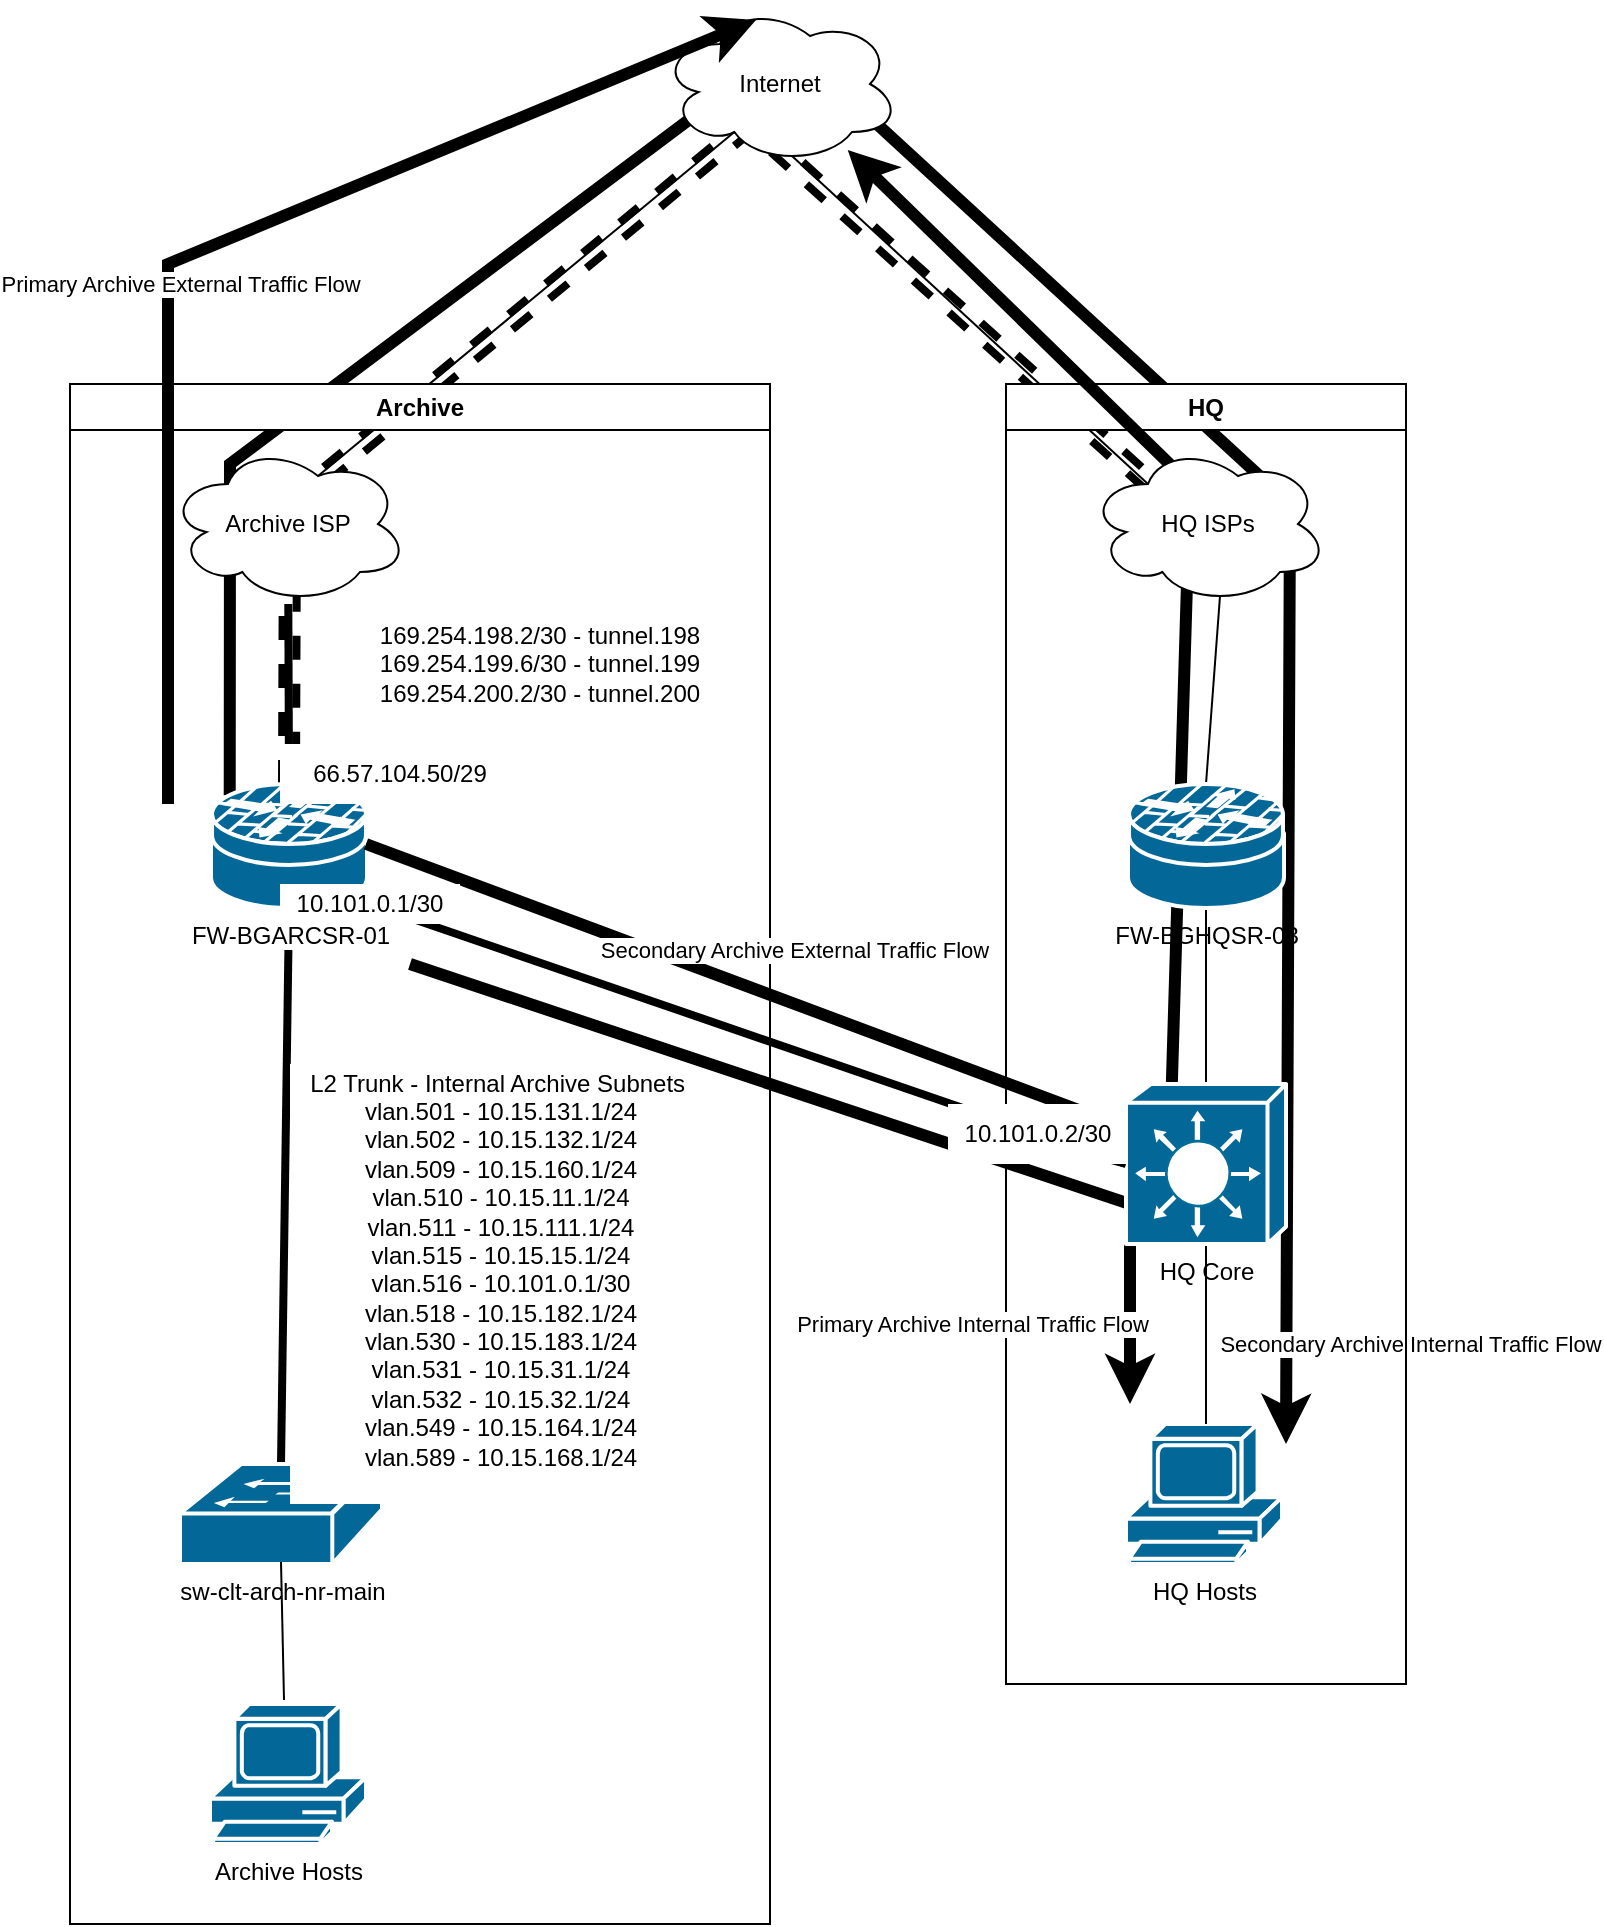
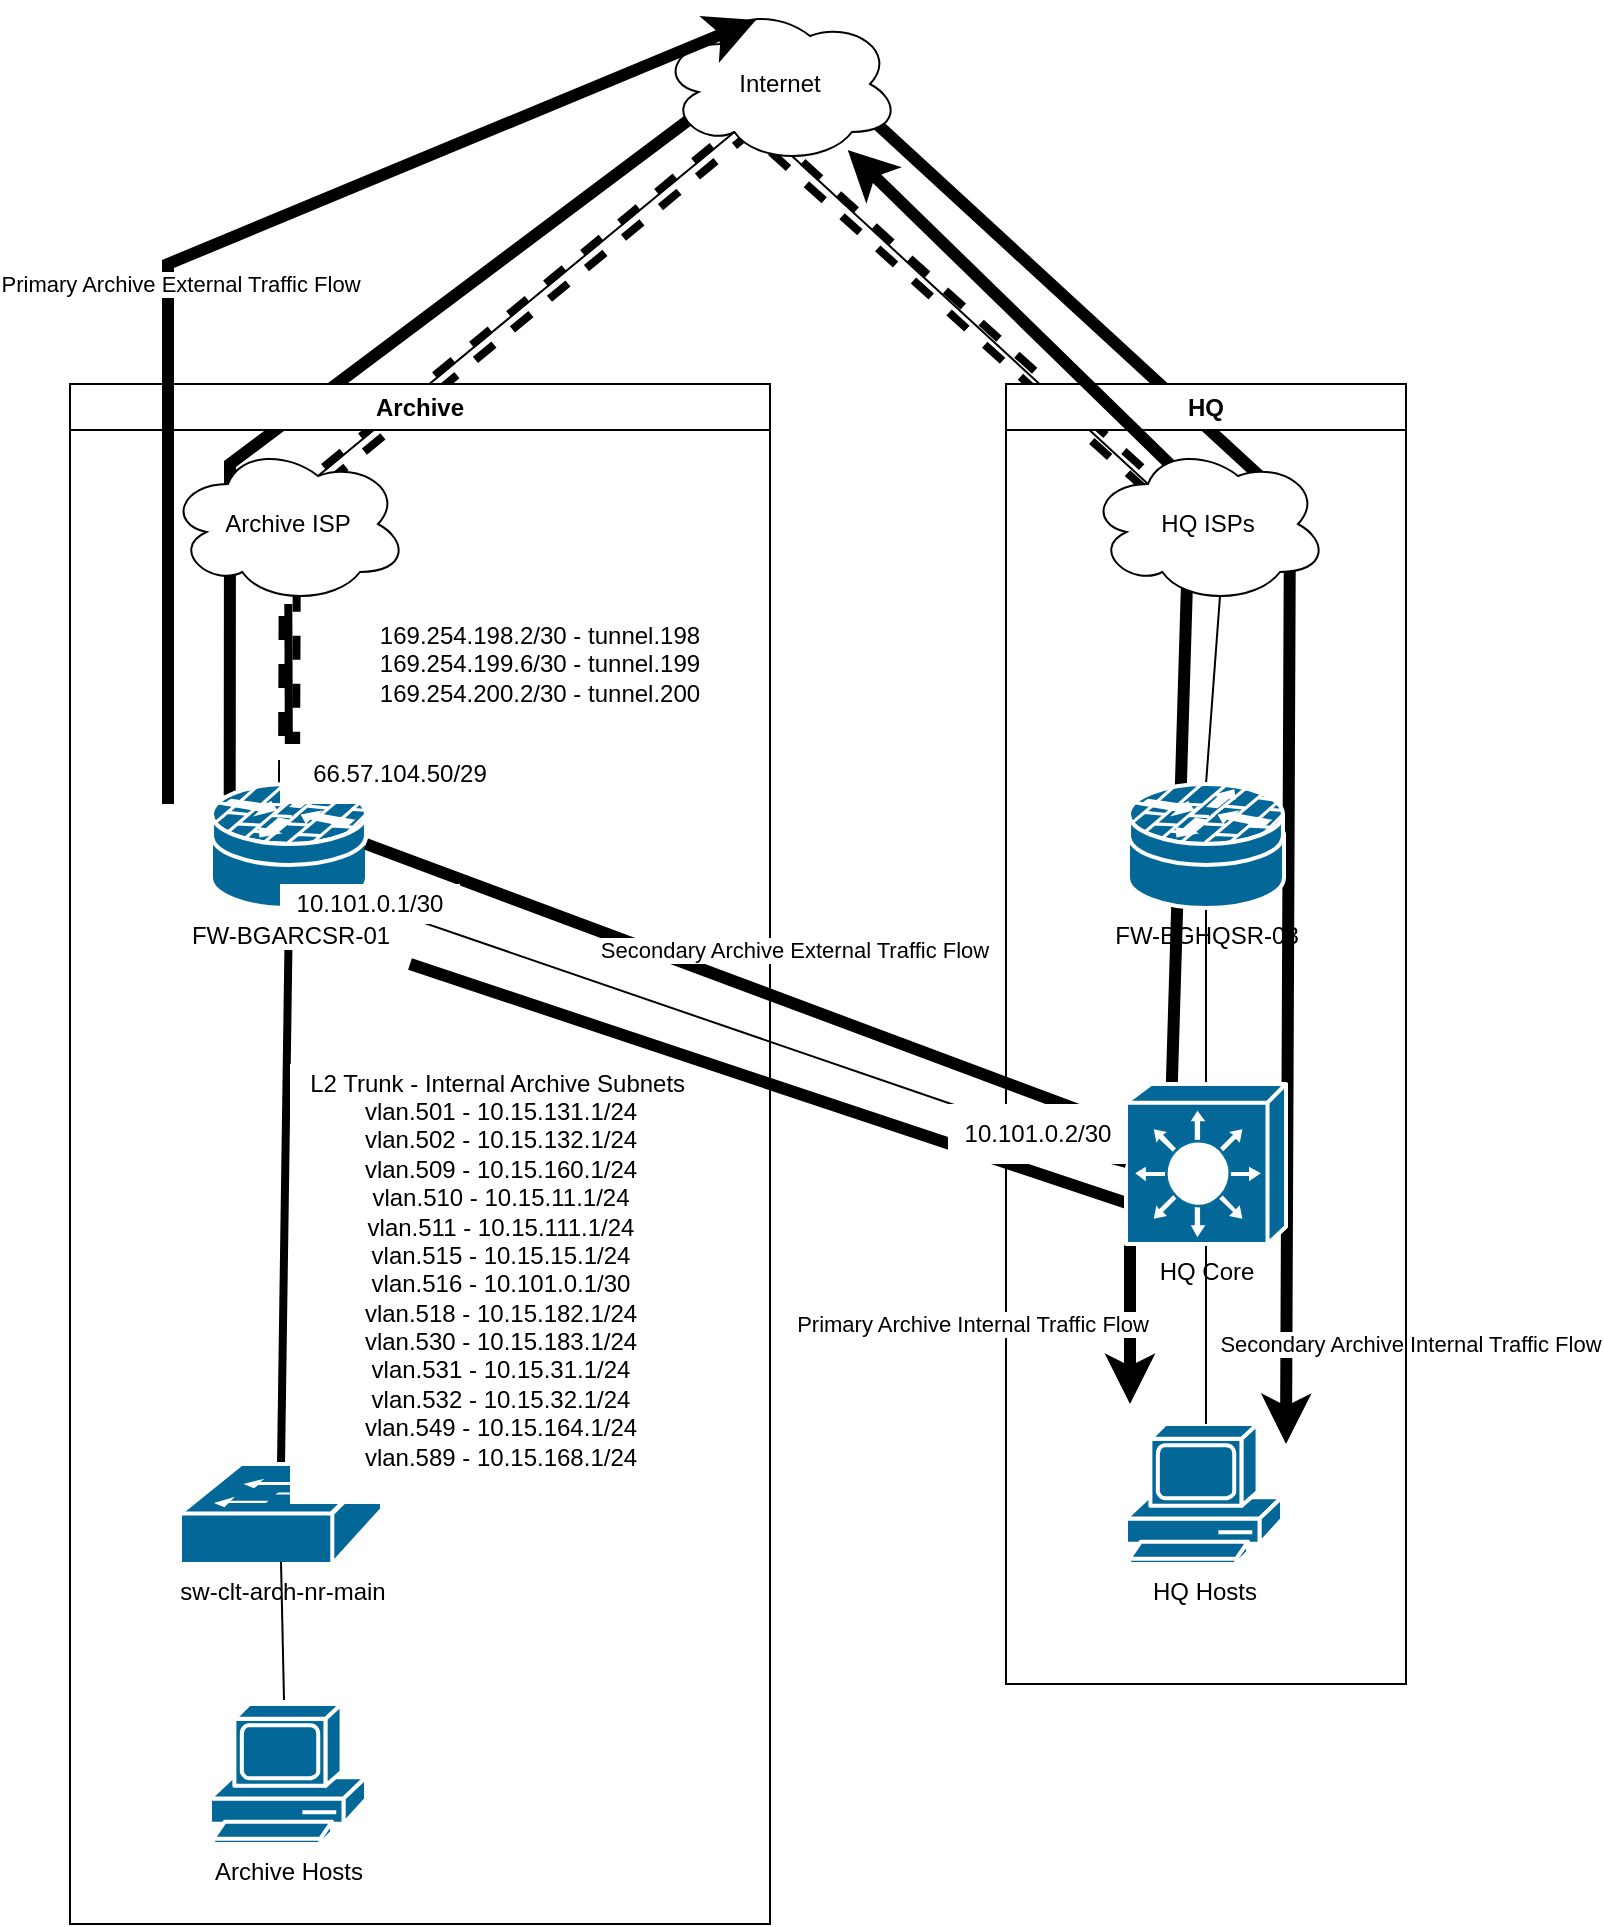
- <mxfile host="app.diagrams.net">
+ <mxfile host="app.diagrams.net" pages="2">
  <diagram name="As-is" id="3v8Hhh0iNj7eJBUqvCCh">
    <mxGraphModel dx="1556" dy="810" grid="1" gridSize="10" guides="1" tooltips="1" connect="1" arrows="1" fold="1" page="1" pageScale="1" pageWidth="850" pageHeight="1100" math="0" shadow="0">
      <root>
        <mxCell id="0" />
        <mxCell id="1" parent="0" />
        <mxCell id="VIvlA7C_3LFnily3UBdu-6" edge="1" parent="1" source="oA2cxR7Eq6LekVjzL2tZ-1" style="endArrow=classic;html=1;rounded=0;strokeColor=light-dark(#000000,#00FF00);strokeWidth=6;exitX=0.12;exitY=0.09;exitDx=0;exitDy=0;exitPerimeter=0;" value="">
          <mxGeometry height="50" relative="1" width="50" as="geometry">
            <Array as="points">
              <mxPoint x="150" y="280" />
              <mxPoint x="430" y="70" />
              <mxPoint x="680" y="300" />
            </Array>
            <mxPoint x="960" y="510" as="sourcePoint" />
            <mxPoint x="678" y="770" as="targetPoint" />
          </mxGeometry>
        </mxCell>
        <mxCell id="VIvlA7C_3LFnily3UBdu-10" connectable="0" parent="VIvlA7C_3LFnily3UBdu-6" style="edgeLabel;html=1;align=center;verticalAlign=middle;resizable=0;points=[];" value="Secondary Archive Internal Traffic Flow" vertex="1">
          <mxGeometry relative="1" x="0.4433" y="3" as="geometry">
            <mxPoint x="57" y="319" as="offset" />
          </mxGeometry>
        </mxCell>
        <mxCell id="VIvlA7C_3LFnily3UBdu-4" edge="1" parent="1" source="oA2cxR7Eq6LekVjzL2tZ-4" style="endArrow=none;html=1;rounded=0;entryX=0.55;entryY=0.95;entryDx=0;entryDy=0;entryPerimeter=0;exitX=0.25;exitY=0.25;exitDx=0;exitDy=0;exitPerimeter=0;" target="VIvlA7C_3LFnily3UBdu-2" value="">
          <mxGeometry height="50" relative="1" width="50" as="geometry">
            <mxPoint x="420" y="388.5" as="sourcePoint" />
            <mxPoint x="420" y="220.5" as="targetPoint" />
          </mxGeometry>
        </mxCell>
        <mxCell id="oA2cxR7Eq6LekVjzL2tZ-27" edge="1" parent="1" source="oA2cxR7Eq6LekVjzL2tZ-1" style="endArrow=none;html=1;rounded=0;exitX=0.5;exitY=0;exitDx=0;exitDy=0;exitPerimeter=0;strokeWidth=4;shape=link;strokeColor=light-dark(#000000,#FF0000);dashed=1;" value="">
          <mxGeometry height="50" relative="1" width="50" as="geometry">
            <Array as="points">
              <mxPoint x="180" y="300" />
              <mxPoint x="410" y="110" />
              <mxPoint x="610" y="290" />
            </Array>
            <mxPoint x="430" y="678.5" as="sourcePoint" />
            <mxPoint x="610" y="290" as="targetPoint" />
          </mxGeometry>
        </mxCell>
        <mxCell id="oA2cxR7Eq6LekVjzL2tZ-8" edge="1" parent="1" source="oA2cxR7Eq6LekVjzL2tZ-1" style="endArrow=none;html=1;rounded=0;exitX=0.5;exitY=0;exitDx=0;exitDy=0;exitPerimeter=0;strokeWidth=4;" target="oA2cxR7Eq6LekVjzL2tZ-5" value="">
          <mxGeometry height="50" relative="1" width="50" as="geometry">
            <mxPoint x="430" y="568.5" as="sourcePoint" />
            <mxPoint x="430" y="400.5" as="targetPoint" />
          </mxGeometry>
        </mxCell>
        <mxCell id="oA2cxR7Eq6LekVjzL2tZ-9" edge="1" parent="1" source="oA2cxR7Eq6LekVjzL2tZ-7" style="endArrow=none;html=1;rounded=0;entryX=0.5;entryY=1;entryDx=0;entryDy=0;entryPerimeter=0;exitX=0.5;exitY=0;exitDx=0;exitDy=0;exitPerimeter=0;strokeWidth=4;" target="oA2cxR7Eq6LekVjzL2tZ-1" value="">
          <mxGeometry height="50" relative="1" width="50" as="geometry">
            <mxPoint x="430" y="568.5" as="sourcePoint" />
            <mxPoint x="430" y="400.5" as="targetPoint" />
          </mxGeometry>
        </mxCell>
-         <mxCell id="oA2cxR7Eq6LekVjzL2tZ-13" edge="1" parent="1" source="oA2cxR7Eq6LekVjzL2tZ-3" style="endArrow=none;html=1;rounded=0;entryX=0.88;entryY=0.91;entryDx=0;entryDy=0;entryPerimeter=0;exitX=0;exitY=0.5;exitDx=0;exitDy=0;exitPerimeter=0;strokeWidth=4;" target="oA2cxR7Eq6LekVjzL2tZ-1" value="">
+         <mxCell id="oA2cxR7Eq6LekVjzL2tZ-13" edge="1" parent="1" source="oA2cxR7Eq6LekVjzL2tZ-3" style="endArrow=none;html=1;rounded=0;entryX=0.88;entryY=0.91;entryDx=0;entryDy=0;entryPerimeter=0;exitX=0;exitY=0.5;exitDx=0;exitDy=0;exitPerimeter=0;strokeWidth=1;" target="oA2cxR7Eq6LekVjzL2tZ-1" value="">
          <mxGeometry height="50" relative="1" width="50" as="geometry">
            <mxPoint x="430" y="668.5" as="sourcePoint" />
            <mxPoint x="430" y="500.5" as="targetPoint" />
          </mxGeometry>
        </mxCell>
        <mxCell id="oA2cxR7Eq6LekVjzL2tZ-15" parent="1" style="swimlane;whiteSpace=wrap;html=1;" value="HQ" vertex="1">
          <mxGeometry height="650" width="200" x="538" y="240" as="geometry" />
        </mxCell>
        <mxCell id="oA2cxR7Eq6LekVjzL2tZ-19" parent="oA2cxR7Eq6LekVjzL2tZ-15" style="shape=mxgraph.cisco.computers_and_peripherals.pc;html=1;pointerEvents=1;dashed=0;fillColor=#036897;strokeColor=#ffffff;strokeWidth=2;verticalLabelPosition=bottom;verticalAlign=top;align=center;outlineConnect=0;" value="HQ Hosts" vertex="1">
          <mxGeometry height="70" width="78" x="60" y="520" as="geometry" />
        </mxCell>
        <mxCell id="oA2cxR7Eq6LekVjzL2tZ-16" edge="1" parent="1" source="oA2cxR7Eq6LekVjzL2tZ-2" style="endArrow=none;html=1;rounded=0;entryX=0.55;entryY=0.95;entryDx=0;entryDy=0;entryPerimeter=0;exitX=0.5;exitY=0;exitDx=0;exitDy=0;exitPerimeter=0;" target="oA2cxR7Eq6LekVjzL2tZ-4" value="">
          <mxGeometry height="50" relative="1" width="50" as="geometry">
            <mxPoint x="430" y="478.5" as="sourcePoint" />
            <mxPoint x="430" y="310.5" as="targetPoint" />
          </mxGeometry>
        </mxCell>
        <mxCell id="oA2cxR7Eq6LekVjzL2tZ-17" edge="1" parent="1" source="oA2cxR7Eq6LekVjzL2tZ-3" style="endArrow=none;html=1;rounded=0;entryX=0.5;entryY=1;entryDx=0;entryDy=0;entryPerimeter=0;exitX=0.5;exitY=0;exitDx=0;exitDy=0;exitPerimeter=0;" target="oA2cxR7Eq6LekVjzL2tZ-2" value="">
          <mxGeometry height="50" relative="1" width="50" as="geometry">
            <mxPoint x="400" y="520" as="sourcePoint" />
            <mxPoint x="450" y="470" as="targetPoint" />
          </mxGeometry>
        </mxCell>
        <mxCell id="oA2cxR7Eq6LekVjzL2tZ-18" edge="1" parent="1" source="oA2cxR7Eq6LekVjzL2tZ-3" style="endArrow=none;html=1;rounded=0;exitX=0.5;exitY=1;exitDx=0;exitDy=0;exitPerimeter=0;" value="">
          <mxGeometry height="50" relative="1" width="50" as="geometry">
            <mxPoint x="430" y="678.5" as="sourcePoint" />
            <mxPoint x="638" y="760" as="targetPoint" />
          </mxGeometry>
        </mxCell>
        <mxCell id="oA2cxR7Eq6LekVjzL2tZ-1" parent="1" style="shape=mxgraph.cisco.security.router_firewall;sketch=0;html=1;pointerEvents=1;dashed=0;fillColor=#036897;strokeColor=#ffffff;strokeWidth=2;verticalLabelPosition=bottom;verticalAlign=top;align=center;outlineConnect=0;" value="&lt;span style=&quot;background-color: light-dark(#ffffff, var(--ge-dark-color, #121212));&quot;&gt;FW-BGARCSR-01&lt;/span&gt;" vertex="1">
          <mxGeometry height="62" width="78" x="140.50000000000006" y="440" as="geometry" />
        </mxCell>
        <mxCell id="VIvlA7C_3LFnily3UBdu-2" parent="1" style="ellipse;shape=cloud;whiteSpace=wrap;html=1;" value="Internet" vertex="1">
          <mxGeometry height="80" width="120" x="365" y="50" as="geometry" />
        </mxCell>
        <mxCell id="VIvlA7C_3LFnily3UBdu-3" edge="1" parent="1" source="oA2cxR7Eq6LekVjzL2tZ-5" style="endArrow=none;html=1;rounded=0;entryX=0.31;entryY=0.8;entryDx=0;entryDy=0;entryPerimeter=0;exitX=0.625;exitY=0.2;exitDx=0;exitDy=0;exitPerimeter=0;" target="VIvlA7C_3LFnily3UBdu-2" value="">
          <mxGeometry height="50" relative="1" width="50" as="geometry">
            <mxPoint x="400" y="330" as="sourcePoint" />
            <mxPoint x="450" y="280" as="targetPoint" />
          </mxGeometry>
        </mxCell>
        <mxCell id="oA2cxR7Eq6LekVjzL2tZ-5" parent="1" style="ellipse;shape=cloud;whiteSpace=wrap;html=1;" value="Archive ISP" vertex="1">
          <mxGeometry height="80" width="120" x="119" y="270" as="geometry" />
        </mxCell>
        <mxCell id="oA2cxR7Eq6LekVjzL2tZ-14" parent="1" style="swimlane;whiteSpace=wrap;html=1;labelBackgroundColor=default;" value="Archive" vertex="1">
          <mxGeometry height="770" width="350" x="70" y="240" as="geometry" />
        </mxCell>
        <mxCell id="oA2cxR7Eq6LekVjzL2tZ-22" edge="1" parent="oA2cxR7Eq6LekVjzL2tZ-14" style="endArrow=classic;html=1;rounded=0;strokeColor=light-dark(#000000,#FFFF00);strokeWidth=6;" target="VIvlA7C_3LFnily3UBdu-2" value="">
          <mxGeometry height="50" relative="1" width="50" as="geometry">
            <Array as="points">
              <mxPoint x="550" y="380" />
              <mxPoint x="560" y="50" />
            </Array>
            <mxPoint x="148" y="230" as="sourcePoint" />
            <mxPoint x="400" y="-100" as="targetPoint" />
          </mxGeometry>
        </mxCell>
        <mxCell id="oA2cxR7Eq6LekVjzL2tZ-23" connectable="0" parent="oA2cxR7Eq6LekVjzL2tZ-22" style="edgeLabel;html=1;align=center;verticalAlign=middle;resizable=0;points=[];" value="Secondary Archive External Traffic Flow" vertex="1">
          <mxGeometry relative="1" x="0.5333" y="-1" as="geometry">
            <mxPoint x="-194" y="238" as="offset" />
          </mxGeometry>
        </mxCell>
        <mxCell id="oA2cxR7Eq6LekVjzL2tZ-7" parent="oA2cxR7Eq6LekVjzL2tZ-14" style="shape=mxgraph.cisco.switches.workgroup_switch;sketch=0;html=1;pointerEvents=1;dashed=0;fillColor=#036897;strokeColor=#ffffff;strokeWidth=2;verticalLabelPosition=bottom;verticalAlign=top;align=center;outlineConnect=0;" value="sw-clt-arch-nr-main" vertex="1">
          <mxGeometry height="50" width="101" x="55.00000000000006" y="540" as="geometry" />
        </mxCell>
        <mxCell id="oA2cxR7Eq6LekVjzL2tZ-26" parent="oA2cxR7Eq6LekVjzL2tZ-14" style="text;html=1;whiteSpace=wrap;strokeColor=none;fillColor=default;align=center;verticalAlign=middle;rounded=0;" value="L2 Trunk - Internal Archive Subnets&amp;nbsp;&lt;div&gt;vlan.501 - 10.15.131.1/24&lt;/div&gt;&lt;div&gt;vlan.502 - 10.15.132.1/24&lt;/div&gt;&lt;div&gt;vlan.509 - 10.15.160.1/24&lt;/div&gt;&lt;div&gt;vlan.510 - 10.15.11.1/24&lt;/div&gt;&lt;div&gt;vlan.511 - 10.15.111.1/24&lt;/div&gt;&lt;div&gt;vlan.515 - 10.15.15.1/24&lt;/div&gt;&lt;div&gt;vlan.516 - 10.101.0.1/30&lt;/div&gt;&lt;div&gt;vlan.518 - 10.15.182.1/24&lt;/div&gt;&lt;div&gt;vlan.530 - 10.15.183.1/24&lt;/div&gt;&lt;div&gt;vlan.531 - 10.15.31.1/24&lt;/div&gt;&lt;div&gt;vlan.532 - 10.15.32.1/24&lt;/div&gt;&lt;div&gt;vlan.549 - 10.15.164.1/24&lt;/div&gt;&lt;div&gt;vlan.589 - 10.15.168.1/24&lt;/div&gt;&lt;div&gt;&lt;br&gt;&lt;/div&gt;" vertex="1">
          <mxGeometry height="220" width="211" x="110" y="340" as="geometry" />
        </mxCell>
        <mxCell id="oA2cxR7Eq6LekVjzL2tZ-29" parent="oA2cxR7Eq6LekVjzL2tZ-14" style="text;html=1;whiteSpace=wrap;strokeColor=none;fillColor=none;align=center;verticalAlign=middle;rounded=0;" value="169.254.198.2/30 - tunnel.198&lt;div&gt;169.254.199.6/30 - tunnel.199&lt;/div&gt;&lt;div&gt;169.254.200.2/30 - tunnel.200&lt;/div&gt;" vertex="1">
          <mxGeometry height="60" width="210" x="130" y="110" as="geometry" />
        </mxCell>
        <mxCell id="oA2cxR7Eq6LekVjzL2tZ-11" edge="1" parent="oA2cxR7Eq6LekVjzL2tZ-14" style="endArrow=none;html=1;rounded=0;exitX=0.4;exitY=0.1;exitDx=0;exitDy=0;exitPerimeter=0;entryX=0.5;entryY=0.98;entryDx=0;entryDy=0;entryPerimeter=0;" target="oA2cxR7Eq6LekVjzL2tZ-7" value="">
          <mxGeometry height="50" relative="1" width="50" as="geometry">
            <mxPoint x="107" y="658" as="sourcePoint" />
            <mxPoint x="380" y="460" as="targetPoint" />
          </mxGeometry>
        </mxCell>
        <mxCell id="oA2cxR7Eq6LekVjzL2tZ-12" parent="oA2cxR7Eq6LekVjzL2tZ-14" style="shape=mxgraph.cisco.computers_and_peripherals.pc;html=1;pointerEvents=1;dashed=0;fillColor=#036897;strokeColor=#ffffff;strokeWidth=2;verticalLabelPosition=bottom;verticalAlign=top;align=center;outlineConnect=0;" value="Archive Hosts&lt;div&gt;&lt;br&gt;&lt;/div&gt;" vertex="1">
          <mxGeometry height="70" width="78" x="70" y="660" as="geometry" />
        </mxCell>
        <mxCell id="oA2cxR7Eq6LekVjzL2tZ-38" edge="1" parent="oA2cxR7Eq6LekVjzL2tZ-14" style="endArrow=classic;html=1;rounded=0;strokeColor=light-dark(#000000,#66B2FF);strokeWidth=6;" value="">
          <mxGeometry height="50" relative="1" width="50" as="geometry">
            <Array as="points">
              <mxPoint x="530" y="410" />
            </Array>
            <mxPoint x="170" y="290" as="sourcePoint" />
            <mxPoint x="530" y="510" as="targetPoint" />
          </mxGeometry>
        </mxCell>
        <mxCell id="VIvlA7C_3LFnily3UBdu-7" connectable="0" parent="oA2cxR7Eq6LekVjzL2tZ-38" style="edgeLabel;html=1;align=center;verticalAlign=middle;resizable=0;points=[];" value="Primary Archive Internal Traffic Flow" vertex="1">
          <mxGeometry relative="1" x="-0.0388" as="geometry">
            <mxPoint x="62" y="107" as="offset" />
          </mxGeometry>
        </mxCell>
        <mxCell id="oA2cxR7Eq6LekVjzL2tZ-33" parent="oA2cxR7Eq6LekVjzL2tZ-14" style="text;html=1;whiteSpace=wrap;strokeColor=none;fillColor=default;align=center;verticalAlign=middle;rounded=0;" value="10.101.0.1/30" vertex="1">
          <mxGeometry height="20" width="90" x="105" y="250" as="geometry" />
        </mxCell>
        <mxCell id="oA2cxR7Eq6LekVjzL2tZ-32" parent="oA2cxR7Eq6LekVjzL2tZ-14" style="text;html=1;align=center;verticalAlign=middle;whiteSpace=wrap;rounded=0;labelBackgroundColor=default;fillColor=default;" value="66.57.104.50/29" vertex="1">
          <mxGeometry height="30" width="120" x="105" y="180" as="geometry" />
        </mxCell>
        <mxCell id="oA2cxR7Eq6LekVjzL2tZ-20" edge="1" parent="1" style="endArrow=classic;html=1;rounded=0;strokeColor=light-dark(#000000,#FF8000);strokeWidth=6;entryX=0.4;entryY=0.1;entryDx=0;entryDy=0;entryPerimeter=0;" target="VIvlA7C_3LFnily3UBdu-2" value="">
          <mxGeometry height="50" relative="1" width="50" as="geometry">
            <Array as="points">
              <mxPoint x="119" y="180" />
            </Array>
            <mxPoint x="119" y="450" as="sourcePoint" />
            <mxPoint x="119" y="110" as="targetPoint" />
          </mxGeometry>
        </mxCell>
        <mxCell id="oA2cxR7Eq6LekVjzL2tZ-21" connectable="0" parent="oA2cxR7Eq6LekVjzL2tZ-20" style="edgeLabel;html=1;align=center;verticalAlign=middle;resizable=0;points=[];" value="Primary Archive External Traffic Flow" vertex="1">
          <mxGeometry relative="1" x="0.5333" y="-1" as="geometry">
            <mxPoint x="-162" y="78" as="offset" />
          </mxGeometry>
        </mxCell>
        <mxCell id="oA2cxR7Eq6LekVjzL2tZ-4" parent="1" style="ellipse;shape=cloud;whiteSpace=wrap;html=1;" value="HQ ISPs" vertex="1">
          <mxGeometry height="80" width="120" x="579" y="270" as="geometry" />
        </mxCell>
        <mxCell id="oA2cxR7Eq6LekVjzL2tZ-2" parent="1" style="shape=mxgraph.cisco.security.router_firewall;sketch=0;html=1;pointerEvents=1;dashed=0;fillColor=#036897;strokeColor=#ffffff;strokeWidth=2;verticalLabelPosition=bottom;verticalAlign=top;align=center;outlineConnect=0;" value="FW-BGHQSR-03" vertex="1">
          <mxGeometry height="62" width="78" x="599" y="440" as="geometry" />
        </mxCell>
        <mxCell id="oA2cxR7Eq6LekVjzL2tZ-3" parent="1" style="shape=mxgraph.cisco.switches.layer_3_switch;sketch=0;html=1;pointerEvents=1;dashed=0;fillColor=#036897;strokeColor=#ffffff;strokeWidth=2;verticalLabelPosition=bottom;verticalAlign=top;align=center;outlineConnect=0;" value="HQ Core" vertex="1">
          <mxGeometry height="80" width="80" x="598" y="590" as="geometry" />
        </mxCell>
        <mxCell id="VIvlA7C_3LFnily3UBdu-13" edge="1" parent="1" source="oA2cxR7Eq6LekVjzL2tZ-3" style="endArrow=none;html=1;rounded=0;entryX=0.88;entryY=0.91;entryDx=0;entryDy=0;entryPerimeter=0;exitX=0;exitY=0.5;exitDx=0;exitDy=0;exitPerimeter=0;strokeWidth=4;" target="VIvlA7C_3LFnily3UBdu-11" value="">
          <mxGeometry height="50" relative="1" width="50" as="geometry">
            <mxPoint x="598" y="630" as="sourcePoint" />
            <mxPoint x="209" y="496" as="targetPoint" />
          </mxGeometry>
        </mxCell>
        <mxCell id="VIvlA7C_3LFnily3UBdu-11" parent="1" style="text;html=1;whiteSpace=wrap;strokeColor=none;fillColor=default;align=center;verticalAlign=middle;rounded=0;" value="10.101.0.2/30" vertex="1">
+           <mxGeometry height="30" width="90" x="509" y="600" as="geometry" />
+         </mxCell>
+       </root>
+     </mxGraphModel>
+   </diagram>
+   <diagram name="Delta" id="o77gnTMzp54v4T_xWGKQ">
+     <mxGraphModel dx="1867" dy="972" grid="1" gridSize="10" guides="1" tooltips="1" connect="1" arrows="1" fold="1" page="1" pageScale="1" pageWidth="850" pageHeight="1100" math="0" shadow="0">
+       <root>
+         <mxCell id="FG_twkiu52An8J0EIR9x-0" />
+         <mxCell id="FG_twkiu52An8J0EIR9x-1" parent="FG_twkiu52An8J0EIR9x-0" />
+         <mxCell id="FG_twkiu52An8J0EIR9x-2" edge="1" parent="FG_twkiu52An8J0EIR9x-1" source="FG_twkiu52An8J0EIR9x-14" style="endArrow=classic;html=1;rounded=0;strokeColor=light-dark(#000000,#00FF00);strokeWidth=6;exitX=0.12;exitY=0.09;exitDx=0;exitDy=0;exitPerimeter=0;" value="">
+           <mxGeometry height="50" relative="1" width="50" as="geometry">
+             <Array as="points">
+               <mxPoint x="150" y="280" />
+               <mxPoint x="430" y="70" />
+               <mxPoint x="680" y="300" />
+             </Array>
+             <mxPoint x="960" y="510" as="sourcePoint" />
+             <mxPoint x="678" y="770" as="targetPoint" />
+           </mxGeometry>
+         </mxCell>
+         <mxCell id="FG_twkiu52An8J0EIR9x-3" connectable="0" parent="FG_twkiu52An8J0EIR9x-2" style="edgeLabel;html=1;align=center;verticalAlign=middle;resizable=0;points=[];" value="Secondary Archive Internal Traffic Flow" vertex="1">
+           <mxGeometry relative="1" x="0.4433" y="3" as="geometry">
+             <mxPoint x="57" y="319" as="offset" />
+           </mxGeometry>
+         </mxCell>
+         <mxCell id="FG_twkiu52An8J0EIR9x-4" edge="1" parent="FG_twkiu52An8J0EIR9x-1" source="FG_twkiu52An8J0EIR9x-32" style="endArrow=none;html=1;rounded=0;entryX=0.55;entryY=0.95;entryDx=0;entryDy=0;entryPerimeter=0;exitX=0.25;exitY=0.25;exitDx=0;exitDy=0;exitPerimeter=0;" target="FG_twkiu52An8J0EIR9x-15" value="">
+           <mxGeometry height="50" relative="1" width="50" as="geometry">
+             <mxPoint x="420" y="388.5" as="sourcePoint" />
+             <mxPoint x="420" y="220.5" as="targetPoint" />
+           </mxGeometry>
+         </mxCell>
+         <mxCell id="FG_twkiu52An8J0EIR9x-5" edge="1" parent="FG_twkiu52An8J0EIR9x-1" source="FG_twkiu52An8J0EIR9x-14" style="endArrow=none;html=1;rounded=0;exitX=0.5;exitY=0;exitDx=0;exitDy=0;exitPerimeter=0;strokeWidth=4;shape=link;strokeColor=light-dark(#000000,#FF0000);dashed=1;" value="">
+           <mxGeometry height="50" relative="1" width="50" as="geometry">
+             <Array as="points">
+               <mxPoint x="180" y="300" />
+               <mxPoint x="410" y="110" />
+               <mxPoint x="610" y="290" />
+             </Array>
+             <mxPoint x="430" y="678.5" as="sourcePoint" />
+             <mxPoint x="610" y="290" as="targetPoint" />
+           </mxGeometry>
+         </mxCell>
+         <mxCell id="FG_twkiu52An8J0EIR9x-6" edge="1" parent="FG_twkiu52An8J0EIR9x-1" source="FG_twkiu52An8J0EIR9x-14" style="endArrow=none;html=1;rounded=0;exitX=0.5;exitY=0;exitDx=0;exitDy=0;exitPerimeter=0;strokeWidth=4;" target="FG_twkiu52An8J0EIR9x-17" value="">
+           <mxGeometry height="50" relative="1" width="50" as="geometry">
+             <mxPoint x="430" y="568.5" as="sourcePoint" />
+             <mxPoint x="430" y="400.5" as="targetPoint" />
+           </mxGeometry>
+         </mxCell>
+         <mxCell id="FG_twkiu52An8J0EIR9x-7" edge="1" parent="FG_twkiu52An8J0EIR9x-1" source="FG_twkiu52An8J0EIR9x-21" style="endArrow=none;html=1;rounded=0;entryX=0.5;entryY=1;entryDx=0;entryDy=0;entryPerimeter=0;exitX=0.5;exitY=0;exitDx=0;exitDy=0;exitPerimeter=0;strokeWidth=4;" target="FG_twkiu52An8J0EIR9x-14" value="">
+           <mxGeometry height="50" relative="1" width="50" as="geometry">
+             <mxPoint x="430" y="568.5" as="sourcePoint" />
+             <mxPoint x="430" y="400.5" as="targetPoint" />
+           </mxGeometry>
+         </mxCell>
+         <mxCell id="FG_twkiu52An8J0EIR9x-8" edge="1" parent="FG_twkiu52An8J0EIR9x-1" source="FG_twkiu52An8J0EIR9x-34" style="endArrow=none;html=1;rounded=0;entryX=0.88;entryY=0.91;entryDx=0;entryDy=0;entryPerimeter=0;exitX=0;exitY=0.5;exitDx=0;exitDy=0;exitPerimeter=0;strokeWidth=1;" target="FG_twkiu52An8J0EIR9x-14" value="">
+           <mxGeometry height="50" relative="1" width="50" as="geometry">
+             <mxPoint x="430" y="668.5" as="sourcePoint" />
+             <mxPoint x="430" y="500.5" as="targetPoint" />
+           </mxGeometry>
+         </mxCell>
+         <mxCell id="FG_twkiu52An8J0EIR9x-9" parent="FG_twkiu52An8J0EIR9x-1" style="swimlane;whiteSpace=wrap;html=1;" value="HQ" vertex="1">
+           <mxGeometry height="650" width="200" x="538" y="240" as="geometry" />
+         </mxCell>
+         <mxCell id="FG_twkiu52An8J0EIR9x-10" parent="FG_twkiu52An8J0EIR9x-9" style="shape=mxgraph.cisco.computers_and_peripherals.pc;html=1;pointerEvents=1;dashed=0;fillColor=#036897;strokeColor=#ffffff;strokeWidth=2;verticalLabelPosition=bottom;verticalAlign=top;align=center;outlineConnect=0;" value="HQ Hosts" vertex="1">
+           <mxGeometry height="70" width="78" x="60" y="520" as="geometry" />
+         </mxCell>
+         <mxCell id="FG_twkiu52An8J0EIR9x-11" edge="1" parent="FG_twkiu52An8J0EIR9x-1" source="FG_twkiu52An8J0EIR9x-33" style="endArrow=none;html=1;rounded=0;entryX=0.55;entryY=0.95;entryDx=0;entryDy=0;entryPerimeter=0;exitX=0.5;exitY=0;exitDx=0;exitDy=0;exitPerimeter=0;" target="FG_twkiu52An8J0EIR9x-32" value="">
+           <mxGeometry height="50" relative="1" width="50" as="geometry">
+             <mxPoint x="430" y="478.5" as="sourcePoint" />
+             <mxPoint x="430" y="310.5" as="targetPoint" />
+           </mxGeometry>
+         </mxCell>
+         <mxCell id="FG_twkiu52An8J0EIR9x-12" edge="1" parent="FG_twkiu52An8J0EIR9x-1" source="FG_twkiu52An8J0EIR9x-34" style="endArrow=none;html=1;rounded=0;entryX=0.5;entryY=1;entryDx=0;entryDy=0;entryPerimeter=0;exitX=0.5;exitY=0;exitDx=0;exitDy=0;exitPerimeter=0;" target="FG_twkiu52An8J0EIR9x-33" value="">
+           <mxGeometry height="50" relative="1" width="50" as="geometry">
+             <mxPoint x="400" y="520" as="sourcePoint" />
+             <mxPoint x="450" y="470" as="targetPoint" />
+           </mxGeometry>
+         </mxCell>
+         <mxCell id="FG_twkiu52An8J0EIR9x-13" edge="1" parent="FG_twkiu52An8J0EIR9x-1" source="FG_twkiu52An8J0EIR9x-34" style="endArrow=none;html=1;rounded=0;exitX=0.5;exitY=1;exitDx=0;exitDy=0;exitPerimeter=0;" value="">
+           <mxGeometry height="50" relative="1" width="50" as="geometry">
+             <mxPoint x="430" y="678.5" as="sourcePoint" />
+             <mxPoint x="638" y="760" as="targetPoint" />
+           </mxGeometry>
+         </mxCell>
+         <mxCell id="FG_twkiu52An8J0EIR9x-14" parent="FG_twkiu52An8J0EIR9x-1" style="shape=mxgraph.cisco.security.router_firewall;sketch=0;html=1;pointerEvents=1;dashed=0;fillColor=#036897;strokeColor=#ffffff;strokeWidth=2;verticalLabelPosition=bottom;verticalAlign=top;align=center;outlineConnect=0;" value="&lt;span style=&quot;background-color: light-dark(#ffffff, var(--ge-dark-color, #121212));&quot;&gt;FW-BGARCSR-01&lt;/span&gt;" vertex="1">
+           <mxGeometry height="62" width="78" x="140.50000000000006" y="440" as="geometry" />
+         </mxCell>
+         <mxCell id="FG_twkiu52An8J0EIR9x-15" parent="FG_twkiu52An8J0EIR9x-1" style="ellipse;shape=cloud;whiteSpace=wrap;html=1;" value="Internet" vertex="1">
+           <mxGeometry height="80" width="120" x="365" y="50" as="geometry" />
+         </mxCell>
+         <mxCell id="FG_twkiu52An8J0EIR9x-16" edge="1" parent="FG_twkiu52An8J0EIR9x-1" source="FG_twkiu52An8J0EIR9x-17" style="endArrow=none;html=1;rounded=0;entryX=0.31;entryY=0.8;entryDx=0;entryDy=0;entryPerimeter=0;exitX=0.625;exitY=0.2;exitDx=0;exitDy=0;exitPerimeter=0;" target="FG_twkiu52An8J0EIR9x-15" value="">
+           <mxGeometry height="50" relative="1" width="50" as="geometry">
+             <mxPoint x="400" y="330" as="sourcePoint" />
+             <mxPoint x="450" y="280" as="targetPoint" />
+           </mxGeometry>
+         </mxCell>
+         <mxCell id="FG_twkiu52An8J0EIR9x-17" parent="FG_twkiu52An8J0EIR9x-1" style="ellipse;shape=cloud;whiteSpace=wrap;html=1;" value="Archive ISP" vertex="1">
+           <mxGeometry height="80" width="120" x="119" y="270" as="geometry" />
+         </mxCell>
+         <mxCell id="FG_twkiu52An8J0EIR9x-18" parent="FG_twkiu52An8J0EIR9x-1" style="swimlane;whiteSpace=wrap;html=1;labelBackgroundColor=default;" value="Archive" vertex="1">
+           <mxGeometry height="770" width="350" x="70" y="240" as="geometry" />
+         </mxCell>
+         <mxCell id="FG_twkiu52An8J0EIR9x-19" edge="1" parent="FG_twkiu52An8J0EIR9x-18" style="endArrow=classic;html=1;rounded=0;strokeColor=light-dark(#000000,#FFFF00);strokeWidth=6;" target="FG_twkiu52An8J0EIR9x-15" value="">
+           <mxGeometry height="50" relative="1" width="50" as="geometry">
+             <Array as="points">
+               <mxPoint x="550" y="380" />
+               <mxPoint x="560" y="50" />
+             </Array>
+             <mxPoint x="148" y="230" as="sourcePoint" />
+             <mxPoint x="400" y="-100" as="targetPoint" />
+           </mxGeometry>
+         </mxCell>
+         <mxCell id="FG_twkiu52An8J0EIR9x-20" connectable="0" parent="FG_twkiu52An8J0EIR9x-19" style="edgeLabel;html=1;align=center;verticalAlign=middle;resizable=0;points=[];" value="Secondary Archive External Traffic Flow" vertex="1">
+           <mxGeometry relative="1" x="0.5333" y="-1" as="geometry">
+             <mxPoint x="-194" y="238" as="offset" />
+           </mxGeometry>
+         </mxCell>
+         <mxCell id="FG_twkiu52An8J0EIR9x-21" parent="FG_twkiu52An8J0EIR9x-18" style="shape=mxgraph.cisco.switches.workgroup_switch;sketch=0;html=1;pointerEvents=1;dashed=0;fillColor=#036897;strokeColor=#ffffff;strokeWidth=2;verticalLabelPosition=bottom;verticalAlign=top;align=center;outlineConnect=0;" value="sw-clt-arch-nr-main" vertex="1">
+           <mxGeometry height="50" width="101" x="55.00000000000006" y="540" as="geometry" />
+         </mxCell>
+         <mxCell id="FG_twkiu52An8J0EIR9x-22" parent="FG_twkiu52An8J0EIR9x-18" style="text;html=1;whiteSpace=wrap;strokeColor=none;fillColor=default;align=center;verticalAlign=middle;rounded=0;" value="L2 Trunk - Internal Archive Subnets&amp;nbsp;&lt;div&gt;vlan.501 - 10.15.131.1/24&lt;/div&gt;&lt;div&gt;vlan.502 - 10.15.132.1/24&lt;/div&gt;&lt;div&gt;vlan.509 - 10.15.160.1/24&lt;/div&gt;&lt;div&gt;vlan.510 - 10.15.11.1/24&lt;/div&gt;&lt;div&gt;vlan.511 - 10.15.111.1/24&lt;/div&gt;&lt;div&gt;vlan.515 - 10.15.15.1/24&lt;/div&gt;&lt;div&gt;vlan.516 - 10.101.0.1/30&lt;/div&gt;&lt;div&gt;vlan.518 - 10.15.182.1/24&lt;/div&gt;&lt;div&gt;vlan.530 - 10.15.183.1/24&lt;/div&gt;&lt;div&gt;vlan.531 - 10.15.31.1/24&lt;/div&gt;&lt;div&gt;vlan.532 - 10.15.32.1/24&lt;/div&gt;&lt;div&gt;vlan.549 - 10.15.164.1/24&lt;/div&gt;&lt;div&gt;vlan.589 - 10.15.168.1/24&lt;/div&gt;&lt;div&gt;&lt;br&gt;&lt;/div&gt;" vertex="1">
+           <mxGeometry height="220" width="211" x="110" y="340" as="geometry" />
+         </mxCell>
+         <mxCell id="FG_twkiu52An8J0EIR9x-23" parent="FG_twkiu52An8J0EIR9x-18" style="text;html=1;whiteSpace=wrap;strokeColor=none;fillColor=none;align=center;verticalAlign=middle;rounded=0;" value="169.254.198.2/30 - tunnel.198&lt;div&gt;169.254.199.6/30 - tunnel.199&lt;/div&gt;&lt;div&gt;169.254.200.2/30 - tunnel.200&lt;/div&gt;" vertex="1">
+           <mxGeometry height="60" width="210" x="130" y="110" as="geometry" />
+         </mxCell>
+         <mxCell id="FG_twkiu52An8J0EIR9x-24" edge="1" parent="FG_twkiu52An8J0EIR9x-18" style="endArrow=none;html=1;rounded=0;exitX=0.4;exitY=0.1;exitDx=0;exitDy=0;exitPerimeter=0;entryX=0.5;entryY=0.98;entryDx=0;entryDy=0;entryPerimeter=0;" target="FG_twkiu52An8J0EIR9x-21" value="">
+           <mxGeometry height="50" relative="1" width="50" as="geometry">
+             <mxPoint x="107" y="658" as="sourcePoint" />
+             <mxPoint x="380" y="460" as="targetPoint" />
+           </mxGeometry>
+         </mxCell>
+         <mxCell id="FG_twkiu52An8J0EIR9x-25" parent="FG_twkiu52An8J0EIR9x-18" style="shape=mxgraph.cisco.computers_and_peripherals.pc;html=1;pointerEvents=1;dashed=0;fillColor=#036897;strokeColor=#ffffff;strokeWidth=2;verticalLabelPosition=bottom;verticalAlign=top;align=center;outlineConnect=0;" value="Archive Hosts&lt;div&gt;&lt;br&gt;&lt;/div&gt;" vertex="1">
+           <mxGeometry height="70" width="78" x="70" y="660" as="geometry" />
+         </mxCell>
+         <mxCell id="FG_twkiu52An8J0EIR9x-26" edge="1" parent="FG_twkiu52An8J0EIR9x-18" style="endArrow=classic;html=1;rounded=0;strokeColor=light-dark(#000000,#66B2FF);strokeWidth=6;" value="">
+           <mxGeometry height="50" relative="1" width="50" as="geometry">
+             <Array as="points">
+               <mxPoint x="530" y="410" />
+             </Array>
+             <mxPoint x="170" y="290" as="sourcePoint" />
+             <mxPoint x="530" y="510" as="targetPoint" />
+           </mxGeometry>
+         </mxCell>
+         <mxCell id="FG_twkiu52An8J0EIR9x-27" connectable="0" parent="FG_twkiu52An8J0EIR9x-26" style="edgeLabel;html=1;align=center;verticalAlign=middle;resizable=0;points=[];" value="Primary Archive Internal Traffic Flow" vertex="1">
+           <mxGeometry relative="1" x="-0.0388" as="geometry">
+             <mxPoint x="62" y="107" as="offset" />
+           </mxGeometry>
+         </mxCell>
+         <mxCell id="FG_twkiu52An8J0EIR9x-28" parent="FG_twkiu52An8J0EIR9x-18" style="text;html=1;whiteSpace=wrap;strokeColor=none;fillColor=default;align=center;verticalAlign=middle;rounded=0;" value="10.101.0.1/30" vertex="1">
+           <mxGeometry height="20" width="90" x="105" y="250" as="geometry" />
+         </mxCell>
+         <mxCell id="FG_twkiu52An8J0EIR9x-29" parent="FG_twkiu52An8J0EIR9x-18" style="text;html=1;align=center;verticalAlign=middle;whiteSpace=wrap;rounded=0;labelBackgroundColor=default;fillColor=default;" value="66.57.104.50/29" vertex="1">
+           <mxGeometry height="30" width="120" x="105" y="180" as="geometry" />
+         </mxCell>
+         <mxCell id="FG_twkiu52An8J0EIR9x-30" edge="1" parent="FG_twkiu52An8J0EIR9x-1" style="endArrow=classic;html=1;rounded=0;strokeColor=light-dark(#000000,#FF8000);strokeWidth=6;entryX=0.4;entryY=0.1;entryDx=0;entryDy=0;entryPerimeter=0;" target="FG_twkiu52An8J0EIR9x-15" value="">
+           <mxGeometry height="50" relative="1" width="50" as="geometry">
+             <Array as="points">
+               <mxPoint x="119" y="180" />
+             </Array>
+             <mxPoint x="119" y="450" as="sourcePoint" />
+             <mxPoint x="119" y="110" as="targetPoint" />
+           </mxGeometry>
+         </mxCell>
+         <mxCell id="FG_twkiu52An8J0EIR9x-31" connectable="0" parent="FG_twkiu52An8J0EIR9x-30" style="edgeLabel;html=1;align=center;verticalAlign=middle;resizable=0;points=[];" value="Primary Archive External Traffic Flow" vertex="1">
+           <mxGeometry relative="1" x="0.5333" y="-1" as="geometry">
+             <mxPoint x="-162" y="78" as="offset" />
+           </mxGeometry>
+         </mxCell>
+         <mxCell id="FG_twkiu52An8J0EIR9x-32" parent="FG_twkiu52An8J0EIR9x-1" style="ellipse;shape=cloud;whiteSpace=wrap;html=1;" value="HQ ISPs" vertex="1">
+           <mxGeometry height="80" width="120" x="579" y="270" as="geometry" />
+         </mxCell>
+         <mxCell id="FG_twkiu52An8J0EIR9x-33" parent="FG_twkiu52An8J0EIR9x-1" style="shape=mxgraph.cisco.security.router_firewall;sketch=0;html=1;pointerEvents=1;dashed=0;fillColor=#036897;strokeColor=#ffffff;strokeWidth=2;verticalLabelPosition=bottom;verticalAlign=top;align=center;outlineConnect=0;" value="FW-BGHQSR-03" vertex="1">
+           <mxGeometry height="62" width="78" x="599" y="440" as="geometry" />
+         </mxCell>
+         <mxCell id="FG_twkiu52An8J0EIR9x-34" parent="FG_twkiu52An8J0EIR9x-1" style="shape=mxgraph.cisco.switches.layer_3_switch;sketch=0;html=1;pointerEvents=1;dashed=0;fillColor=#036897;strokeColor=#ffffff;strokeWidth=2;verticalLabelPosition=bottom;verticalAlign=top;align=center;outlineConnect=0;" value="HQ Core" vertex="1">
+           <mxGeometry height="80" width="80" x="598" y="590" as="geometry" />
+         </mxCell>
+         <mxCell id="FG_twkiu52An8J0EIR9x-35" edge="1" parent="FG_twkiu52An8J0EIR9x-1" source="FG_twkiu52An8J0EIR9x-34" style="endArrow=none;html=1;rounded=0;entryX=0.88;entryY=0.91;entryDx=0;entryDy=0;entryPerimeter=0;exitX=0;exitY=0.5;exitDx=0;exitDy=0;exitPerimeter=0;strokeWidth=4;" target="FG_twkiu52An8J0EIR9x-36" value="">
+           <mxGeometry height="50" relative="1" width="50" as="geometry">
+             <mxPoint x="598" y="630" as="sourcePoint" />
+             <mxPoint x="209" y="496" as="targetPoint" />
+           </mxGeometry>
+         </mxCell>
+         <mxCell id="FG_twkiu52An8J0EIR9x-36" parent="FG_twkiu52An8J0EIR9x-1" style="text;html=1;whiteSpace=wrap;strokeColor=none;fillColor=default;align=center;verticalAlign=middle;rounded=0;" value="10.101.0.2/30" vertex="1">
          <mxGeometry height="30" width="90" x="509" y="600" as="geometry" />
        </mxCell>
      </root>
    </mxGraphModel>
  </diagram>
</mxfile>
